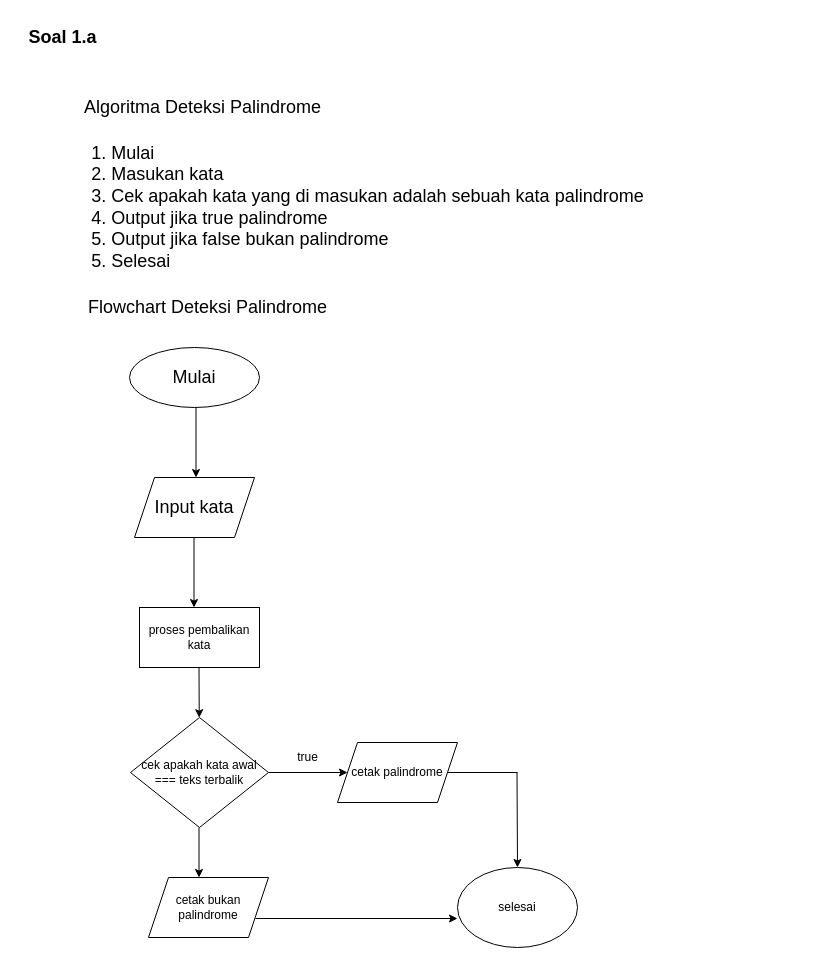
The draw.io diagram page "Page-1" (1 of 2) of Soal 1.drawio in boykebn/fw-12-javascript1, before the edit. Source tidied: cells renumbered, new cells numbered last; positions are measured from the earlier drawing's top-left corner, leaving out a move shared by most shapes. Both pictures are drawn from the tidied source at 100%, with x=0, y=0 at pixel (17, 17).
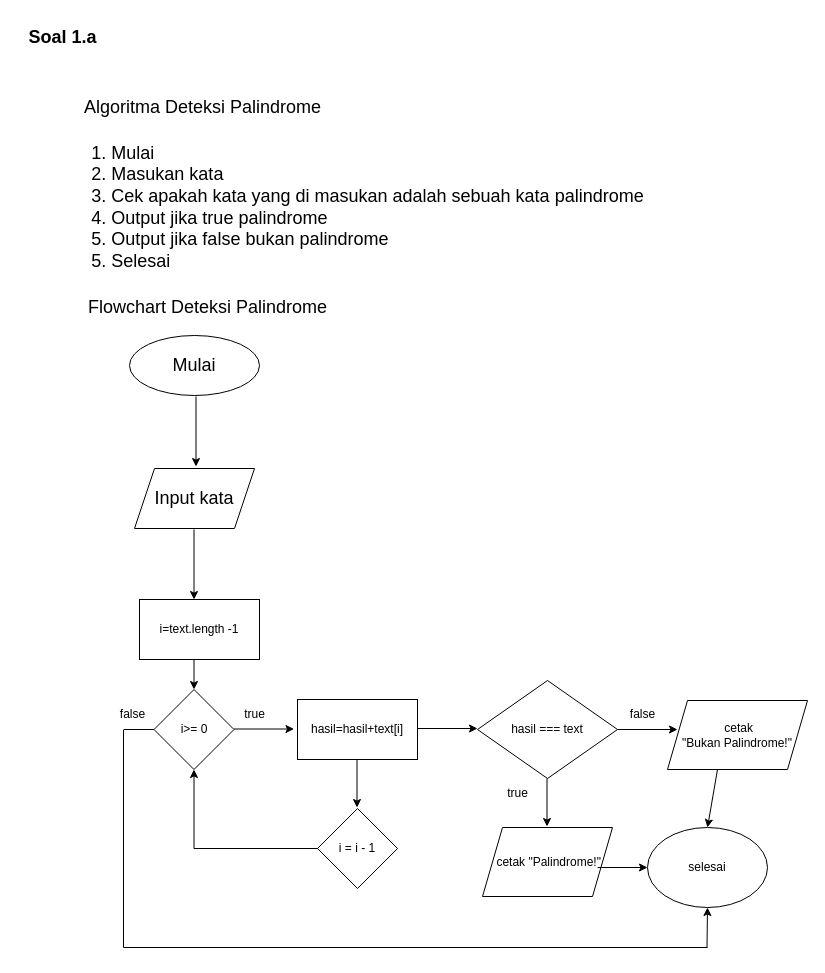
After the change.

Change to the diagram source:
```diff
@@
     <mxCell id="4" value="Mulai" style="ellipse;whiteSpace=wrap;html=1;fontSize=18;" parent="1" vertex="1">
-      <mxGeometry x="112" y="330" width="130" height="60" as="geometry" />
+      <mxGeometry x="112" y="318" width="130" height="60" as="geometry" />
     </mxCell>
     <mxCell id="5" style="endArrow=classic;html=1;rounded=0;fontSize=18;" parent="1" edge="1">
       <mxGeometry relative="1" as="geometry">
-        <mxPoint x="178.5" y="390" as="sourcePoint" />
-        <mxPoint x="178.5" y="460" as="targetPoint" />
+        <mxPoint x="178.5" y="379" as="sourcePoint" />
+        <mxPoint x="178.5" y="449" as="targetPoint" />
       </mxGeometry>
     </mxCell>
@@
     <mxCell id="8" value="Input kata" style="shape=parallelogram;perimeter=parallelogramPerimeter;whiteSpace=wrap;html=1;fixedSize=1;fontSize=18;" parent="1" vertex="1">
-      <mxGeometry x="117" y="460" width="120" height="60" as="geometry" />
+      <mxGeometry x="117" y="451" width="120" height="60" as="geometry" />
     </mxCell>
     <mxCell id="9" style="endArrow=classic;html=1;rounded=0;" parent="1" edge="1">
       <mxGeometry relative="1" as="geometry">
-        <mxPoint x="176.5" y="520" as="sourcePoint" />
-        <mxPoint x="176.5" y="590" as="targetPoint" />
+        <mxPoint x="176.5" y="512" as="sourcePoint" />
+        <mxPoint x="176.5" y="582" as="targetPoint" />
       </mxGeometry>
     </mxCell>
-    <mxCell id="10" value="proses pembalikan kata" style="rounded=0;whiteSpace=wrap;html=1;" parent="1" vertex="1">
-      <mxGeometry x="122" y="590" width="120" height="60" as="geometry" />
+    <mxCell id="10" value="i=text.length -1" style="rounded=0;whiteSpace=wrap;html=1;" parent="1" vertex="1">
+      <mxGeometry x="122" y="582" width="120" height="60" as="geometry" />
     </mxCell>
-    <mxCell id="11" style="endArrow=classic;html=1;rounded=0;" parent="1" edge="1" target="12">
-      <mxGeometry relative="1" as="geometry">
-        <mxPoint x="181.5" y="650" as="sourcePoint" />
-      </mxGeometry>
-    </mxCell>
-    <mxCell id="12" value="cek apakah kata awal === teks terbalik" style="rhombus;whiteSpace=wrap;html=1;" parent="1" vertex="1">
-      <mxGeometry x="113" y="700" width="138" height="110" as="geometry" />
-    </mxCell>
-    <mxCell id="13" style="endArrow=classic;html=1;rounded=0;exitX=1;exitY=0.5;exitDx=0;exitDy=0;" parent="1" edge="1" source="12">
-      <mxGeometry relative="1" as="geometry">
-        <mxPoint x="330" y="755" as="targetPoint" />
-      </mxGeometry>
-    </mxCell>
-    <mxCell id="14" value="true" style="text;html=1;align=center;verticalAlign=middle;strokeColor=none;fillColor=none;" parent="1" vertex="1">
-      <mxGeometry x="270" y="725" width="40" height="30" as="geometry" />
-    </mxCell>
-    <mxCell id="15" style="endArrow=classic;html=1;rounded=0;" parent="1" edge="1">
-      <mxGeometry relative="1" as="geometry">
-        <mxPoint x="181.5" y="810" as="sourcePoint" />
-        <mxPoint x="181.5" y="860" as="targetPoint" />
-      </mxGeometry>
-    </mxCell>
-    <mxCell id="16" value="cetak palindrome" style="shape=parallelogram;perimeter=parallelogramPerimeter;whiteSpace=wrap;html=1;fixedSize=1;" parent="1" vertex="1">
-      <mxGeometry x="320" y="725" width="120" height="60" as="geometry" />
-    </mxCell>
-    <mxCell id="17" value="cetak bukan palindrome" style="shape=parallelogram;perimeter=parallelogramPerimeter;whiteSpace=wrap;html=1;fixedSize=1;" parent="1" vertex="1">
-      <mxGeometry x="131" y="860" width="120" height="60" as="geometry" />
-    </mxCell>
+    <mxCell id="22" style="endArrow=classic;html=1;rounded=0;" parent="1" edge="1" target="23">
+      <mxGeometry relative="1" as="geometry">
+        <mxPoint x="176.5" y="642" as="sourcePoint" />
+      </mxGeometry>
+    </mxCell>
+    <mxCell id="23" value="i&amp;gt;= 0" style="rhombus;whiteSpace=wrap;html=1;" parent="1" vertex="1">
+      <mxGeometry x="136.5" y="672" width="80" height="80" as="geometry" />
+    </mxCell>
+    <mxCell id="24" value="true" style="text;html=1;align=center;verticalAlign=middle;strokeColor=none;fillColor=none;" parent="1" vertex="1">
+      <mxGeometry x="216.5" y="682" width="40" height="30" as="geometry" />
+    </mxCell>
+    <mxCell id="25" value="false" style="text;html=1;align=center;verticalAlign=middle;strokeColor=none;fillColor=none;" parent="1" vertex="1">
+      <mxGeometry x="90" y="682" width="50" height="30" as="geometry" />
+    </mxCell>
+    <mxCell id="26" value="hasil=hasil+text[i]" style="rounded=0;whiteSpace=wrap;html=1;" parent="1" vertex="1">
+      <mxGeometry x="280" y="682" width="120" height="60" as="geometry" />
+    </mxCell>
+    <mxCell id="27" style="endArrow=classic;html=1;rounded=0;" parent="1" edge="1">
+      <mxGeometry relative="1" as="geometry">
+        <mxPoint x="339.5" y="742" as="sourcePoint" />
+        <mxPoint x="339.5" y="790" as="targetPoint" />
+      </mxGeometry>
+    </mxCell>
+    <mxCell id="28" style="edgeStyle=orthogonalEdgeStyle;rounded=0;jettySize=auto;html=1;exitX=0;exitY=0.5;exitDx=0;exitDy=0;entryX=0.5;entryY=1;entryDx=0;entryDy=0;" parent="1" edge="1" source="29" target="23">
+      <mxGeometry relative="1" as="geometry" />
+    </mxCell>
+    <mxCell id="29" value="i = i - 1" style="rhombus;whiteSpace=wrap;html=1;" parent="1" vertex="1">
+      <mxGeometry x="300" y="791" width="80" height="80" as="geometry" />
+    </mxCell>
+    <mxCell id="30" style="endArrow=classic;html=1;rounded=0;" parent="1" edge="1">
+      <mxGeometry relative="1" as="geometry">
+        <mxPoint x="216.5" y="711.5" as="sourcePoint" />
+        <mxPoint x="276.5" y="711.5" as="targetPoint" />
+      </mxGeometry>
+    </mxCell>
+    <mxCell id="31" style="endArrow=classic;html=1;rounded=0;" parent="1" edge="1">
+      <mxGeometry relative="1" as="geometry">
+        <mxPoint x="400" y="711" as="sourcePoint" />
+        <mxPoint x="460" y="711" as="targetPoint" />
+      </mxGeometry>
+    </mxCell>
+    <mxCell id="32" value="hasil === text" style="rhombus;whiteSpace=wrap;html=1;" parent="1" vertex="1">
+      <mxGeometry x="460" y="663" width="140" height="98" as="geometry" />
+    </mxCell>
+    <mxCell id="33" style="endArrow=classic;html=1;rounded=0;" parent="1" edge="1">
+      <mxGeometry relative="1" as="geometry">
+        <mxPoint x="529.5" y="761" as="sourcePoint" />
+        <mxPoint x="529.5" y="809" as="targetPoint" />
+      </mxGeometry>
+    </mxCell>
+    <mxCell id="34" value="true" style="text;html=1;align=center;verticalAlign=middle;strokeColor=none;fillColor=none;" parent="1" vertex="1">
+      <mxGeometry x="480" y="761" width="40" height="30" as="geometry" />
+    </mxCell>
+    <mxCell id="35" value="false" style="text;html=1;align=center;verticalAlign=middle;strokeColor=none;fillColor=none;" parent="1" vertex="1">
+      <mxGeometry x="600" y="682" width="50" height="30" as="geometry" />
+    </mxCell>
+    <mxCell id="36" style="endArrow=classic;html=1;rounded=0;" parent="1" edge="1">
+      <mxGeometry relative="1" as="geometry">
+        <mxPoint x="600" y="712" as="sourcePoint" />
+        <mxPoint x="660" y="712" as="targetPoint" />
+      </mxGeometry>
+    </mxCell>
+    <mxCell id="37" value="&amp;nbsp;cetak &quot;Palindrome!&quot;" style="shape=parallelogram;perimeter=parallelogramPerimeter;whiteSpace=wrap;html=1;fixedSize=1;" parent="1" vertex="1">
+      <mxGeometry x="465" y="810" width="130" height="69" as="geometry" />
+    </mxCell>
+    <mxCell id="38" style="endArrow=classic;html=1;rounded=0;entryX=0;entryY=0.5;entryDx=0;entryDy=0;exitX=0.885;exitY=0.58;exitDx=0;exitDy=0;exitPerimeter=0;" parent="1" edge="1" source="37" target="18">
+      <mxGeometry relative="1" as="geometry" />
+    </mxCell>
+    <mxCell id="39" value="&amp;nbsp;cetak &lt;br&gt;&quot;Bukan Palindrome!&quot;" style="shape=parallelogram;perimeter=parallelogramPerimeter;whiteSpace=wrap;html=1;fixedSize=1;" parent="1" vertex="1">
+      <mxGeometry x="650" y="683" width="140" height="69" as="geometry" />
+    </mxCell>
     <mxCell id="18" value="selesai" style="ellipse;whiteSpace=wrap;html=1;" parent="1" vertex="1">
-      <mxGeometry x="440" y="850" width="120" height="80" as="geometry" />
+      <mxGeometry x="630" y="810" width="120" height="80" as="geometry" />
     </mxCell>
-    <mxCell id="19" style="endArrow=classic;html=1;rounded=0;" parent="1" edge="1">
-      <mxGeometry relative="1" as="geometry">
-        <mxPoint x="238" y="901" as="sourcePoint" />
-        <mxPoint x="440" y="901" as="targetPoint" />
-      </mxGeometry>
-    </mxCell>
-    <mxCell id="20" style="endArrow=none;html=1;rounded=0;" parent="1" edge="1">
-      <mxGeometry relative="1" as="geometry">
-        <mxPoint x="430" y="755" as="sourcePoint" />
-        <mxPoint x="500" y="755" as="targetPoint" />
-      </mxGeometry>
-    </mxCell>
-    <mxCell id="21" style="endArrow=classic;html=1;rounded=0;entryX=0.5;entryY=0;entryDx=0;entryDy=0;" parent="1" edge="1" target="18">
-      <mxGeometry relative="1" as="geometry">
-        <mxPoint x="499.5" y="755" as="sourcePoint" />
-      </mxGeometry>
-    </mxCell>
+    <mxCell id="40" style="endArrow=classic;html=1;rounded=0;entryX=0.5;entryY=0;entryDx=0;entryDy=0;" parent="1" edge="1" target="18">
+      <mxGeometry relative="1" as="geometry">
+        <mxPoint x="700" y="752" as="sourcePoint" />
+      </mxGeometry>
+    </mxCell>
+    <mxCell id="41" style="endArrow=none;html=1;rounded=0;" parent="1" edge="1">
+      <mxGeometry relative="1" as="geometry">
+        <mxPoint x="106" y="930" as="sourcePoint" />
+        <mxPoint x="106" y="712" as="targetPoint" />
+      </mxGeometry>
+    </mxCell>
+    <mxCell id="42" style="endArrow=none;html=1;rounded=0;" parent="1" edge="1">
+      <mxGeometry relative="1" as="geometry">
+        <mxPoint x="106.5" y="712" as="sourcePoint" />
+        <mxPoint x="136.5" y="712" as="targetPoint" />
+      </mxGeometry>
+    </mxCell>
+    <mxCell id="43" style="endArrow=none;html=1;rounded=0;" parent="1" edge="1">
+      <mxGeometry relative="1" as="geometry">
+        <mxPoint x="106" y="930" as="sourcePoint" />
+        <mxPoint x="690" y="930" as="targetPoint" />
+      </mxGeometry>
+    </mxCell>
+    <mxCell id="44" style="endArrow=classic;html=1;rounded=0;entryX=0.5;entryY=1;entryDx=0;entryDy=0;" parent="1" edge="1" target="18">
+      <mxGeometry relative="1" as="geometry">
+        <mxPoint x="689.5" y="930" as="sourcePoint" />
+      </mxGeometry>
+    </mxCell>
```
